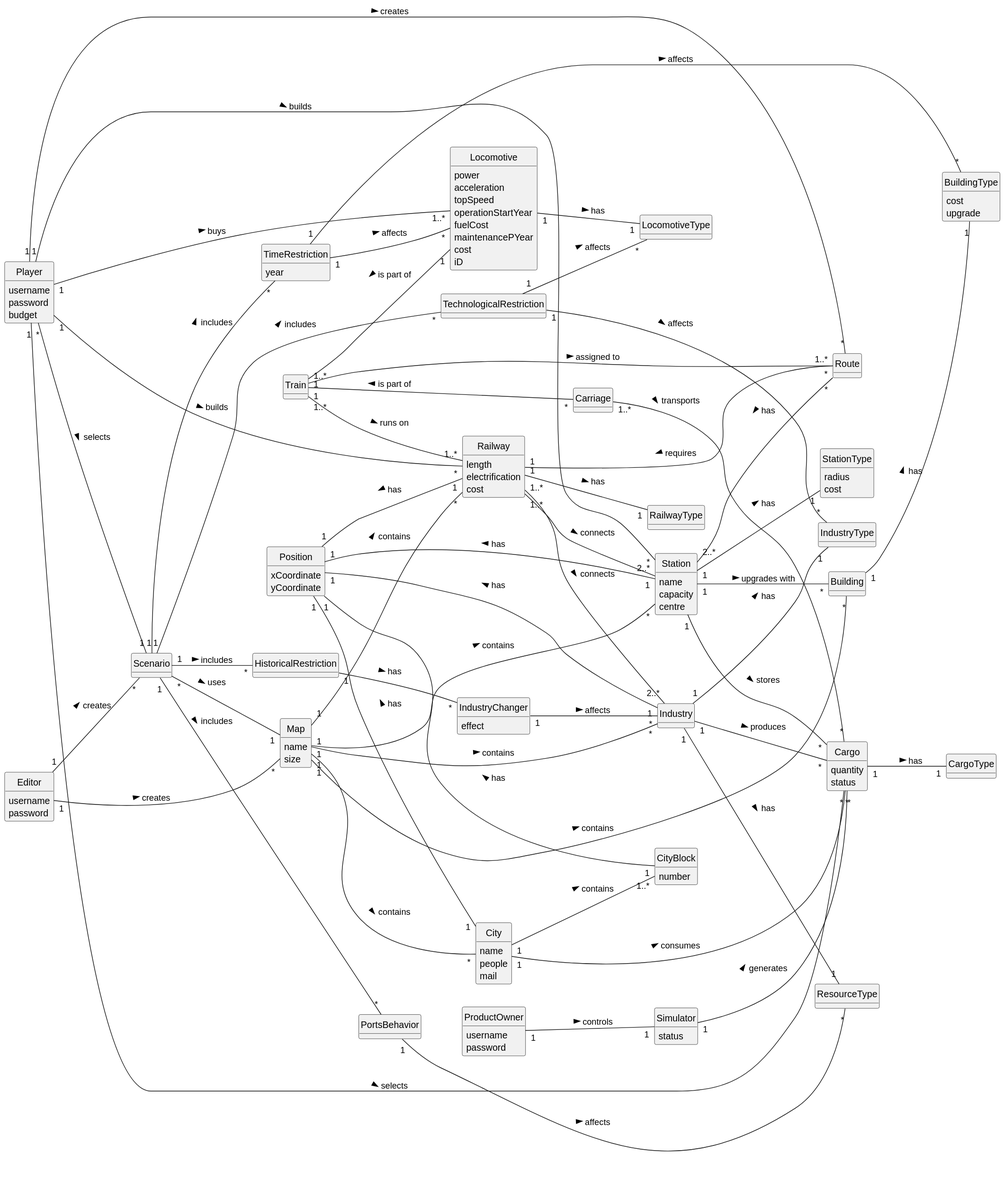
Above: Sprint2/global-artifacts/02.analysis/svg/DM.svg in 1240935/pi2-railway-simulator (PlantUML), before the change.
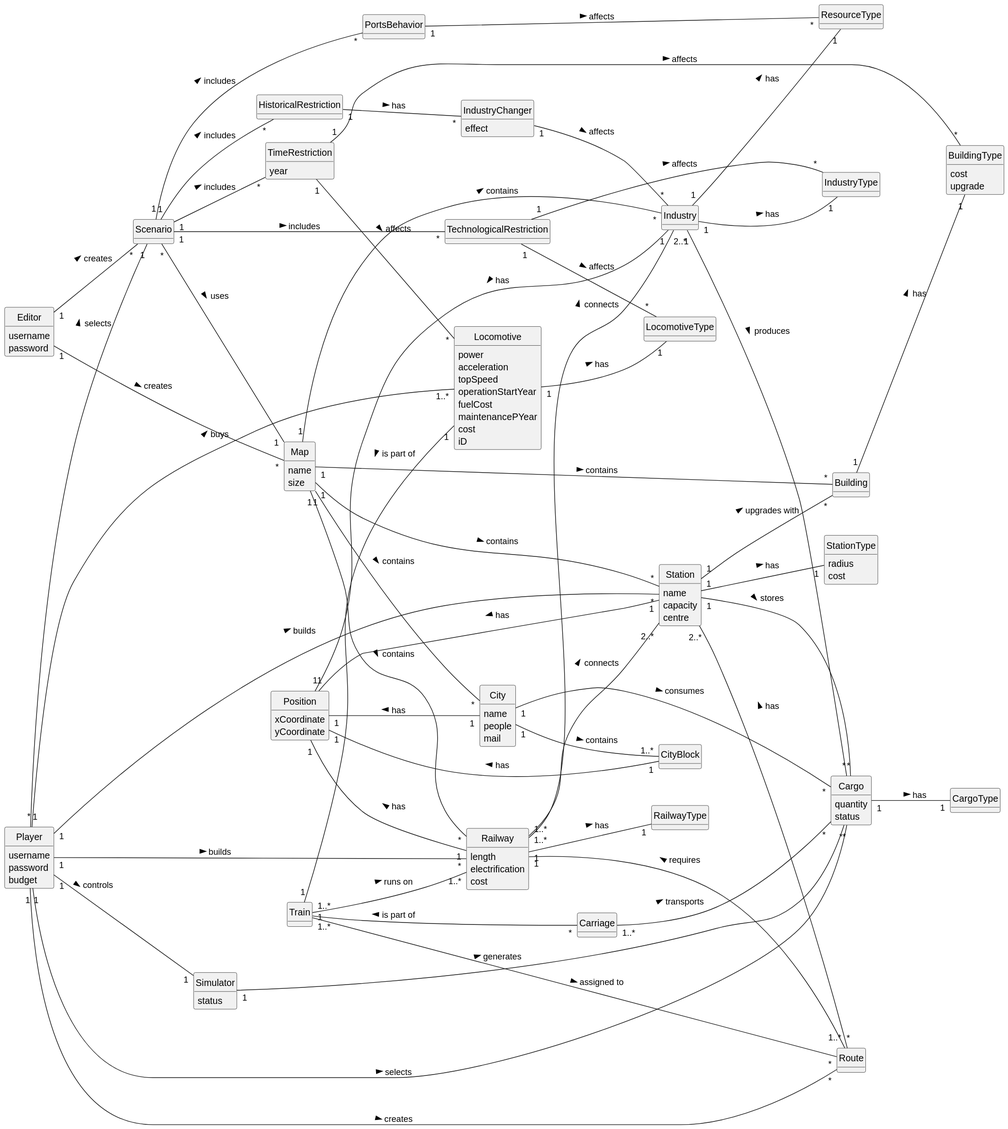
After the commit.

Diff of the diagram source:
```diff
@@ -67,7 +67,6 @@
 }
 
 class CityBlock{
-    number
 }
 
 class Railway{
@@ -108,11 +107,6 @@
     status
 }
 
-class ProductOwner {
-    username
-    password
-}
-
 class Train {
 }
 
@@ -146,8 +140,8 @@
 Player "1" -- "*" Railway : builds >
 Player "1" -- "*"  Cargo : selects >
 Player "1" -- "1..*" Locomotive : buys >
+Player "1" -- "1" Simulator: controls >
 
-ProductOwner "1" -- "1" Simulator: controls >
 Simulator "1" -- "*" Cargo: generates >
 
 Map "1" -- "*" Station : contains >
```
